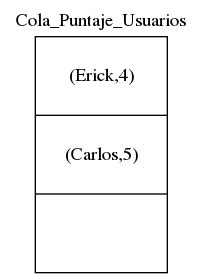
mariotun/EDD_1S2019_P1_201602942 keeps this Graphviz diagram as Scoreboard_Queue.png. Above is the earlier version. Its source is kept beside it as Scoreboard_Queue.dot.
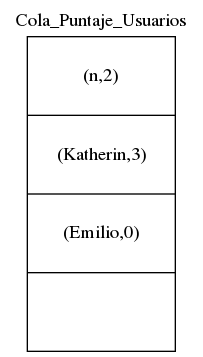
Later version of the same file.

Diff of the diagram source:
```diff
@@ -5,8 +5,9 @@
 
 cola1[
 label="{
-(Erick,4)|
-(Carlos,5)|
+(n,2)|
+(Katherin,3)|
+(Emilio,0)|
 }"
 ];
 }
```
